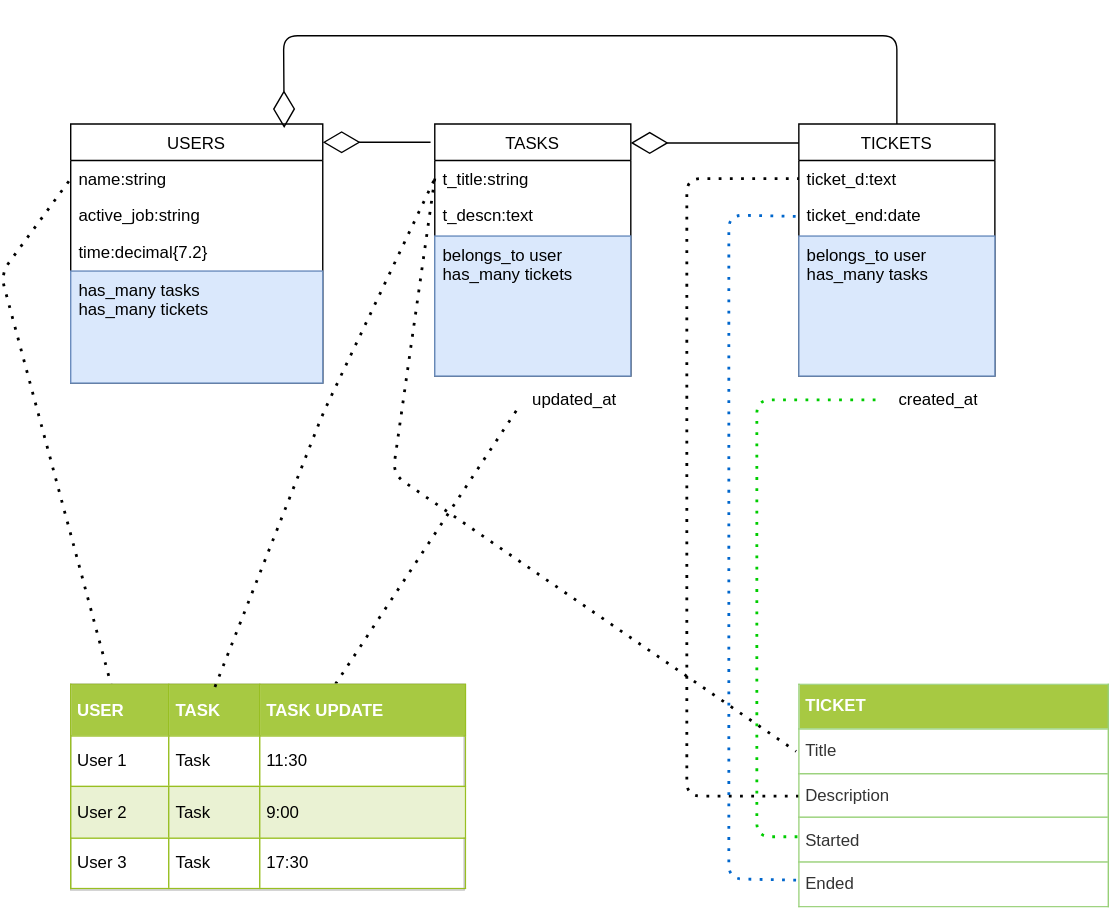
Earlier version of the draw.io export MyApp.svg (Roru-cmd/Myapp). Source tidied: cells renumbered, new cells last; positions are measured from the earlier drawing's top-left corner, leaving out a move shared by most shapes.
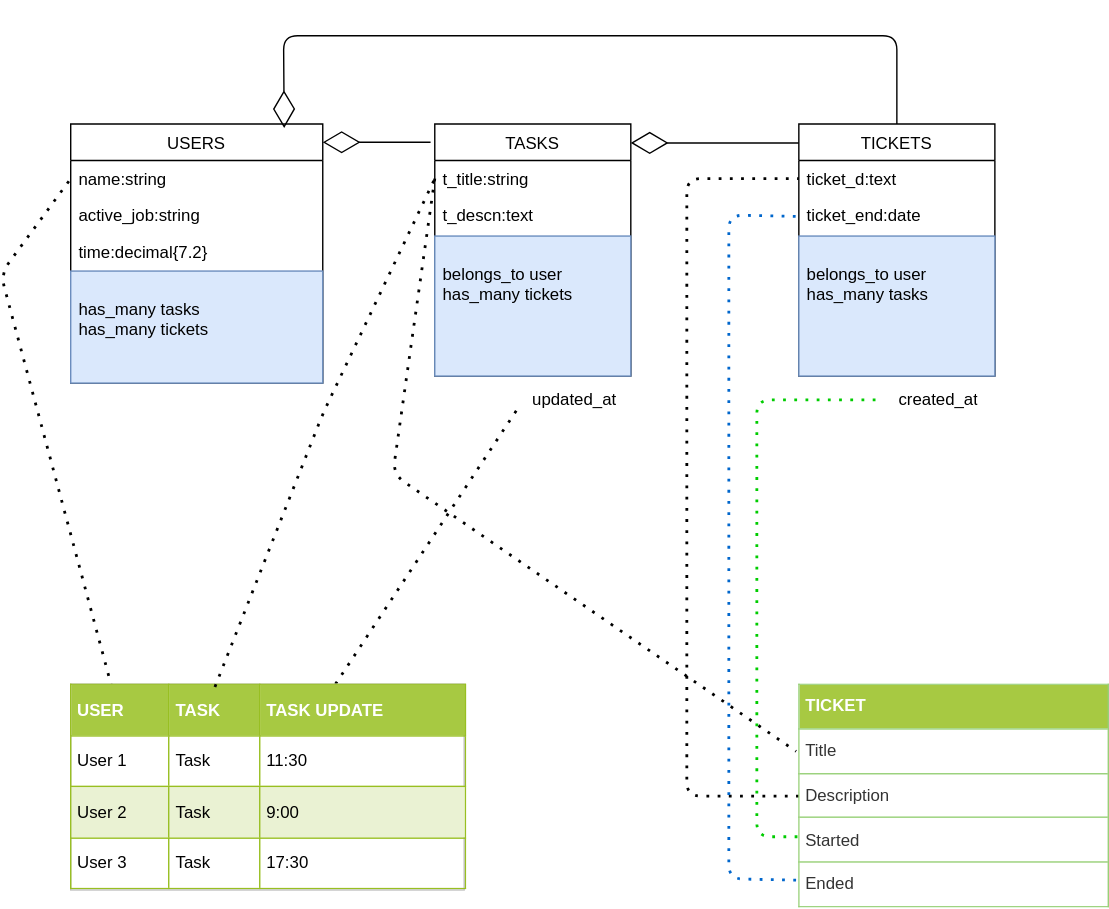
Above is the later version.

Diff of the diagram source:
```diff
@@ -14,7 +14,7 @@
     <mxCell id="5" value="time:decimal{7.2}" style="text;strokeColor=none;fillColor=none;align=left;verticalAlign=top;spacingLeft=4;spacingRight=4;overflow=hidden;" parent="2" vertex="1">
       <mxGeometry y="78" width="180" height="27" as="geometry" />
     </mxCell>
-    <mxCell id="6" value="has_many tasks&#10;has_many tickets" style="text;strokeColor=#6c8ebf;align=left;verticalAlign=top;spacingLeft=4;spacingRight=4;overflow=hidden;fillColor=#dae8fc;" parent="2" vertex="1">
+    <mxCell id="6" value="&#10;has_many tasks&#10;has_many tickets" style="text;strokeColor=#6c8ebf;align=left;verticalAlign=top;spacingLeft=4;spacingRight=4;overflow=hidden;fillColor=#dae8fc;" parent="2" vertex="1">
       <mxGeometry y="105" width="180" height="80" as="geometry" />
     </mxCell>
     <mxCell id="7" value="TASKS" style="swimlane;fontStyle=0;horizontal=1;startSize=26;fillColor=none;" parent="1" vertex="1">
@@ -26,7 +26,7 @@
     <mxCell id="9" value="t_descn:text" style="text;strokeColor=none;fillColor=none;align=left;verticalAlign=top;spacingLeft=4;spacingRight=4;overflow=hidden;" parent="7" vertex="1">
       <mxGeometry y="52" width="140" height="28" as="geometry" />
     </mxCell>
-    <mxCell id="10" value="belongs_to user&#10;has_many tickets" style="text;strokeColor=#6c8ebf;fillColor=#dae8fc;align=left;verticalAlign=top;spacingLeft=4;spacingRight=4;overflow=hidden;" parent="7" vertex="1">
+    <mxCell id="10" value="&#10;belongs_to user&#10;has_many tickets" style="text;strokeColor=#6c8ebf;fillColor=#dae8fc;align=left;verticalAlign=top;spacingLeft=4;spacingRight=4;overflow=hidden;" parent="7" vertex="1">
       <mxGeometry y="80" width="140" height="100" as="geometry" />
     </mxCell>
     <mxCell id="11" value="TICKETS" style="swimlane;fontStyle=0;horizontal=1;startSize=26;fillColor=none;" parent="1" vertex="1">
@@ -38,7 +38,7 @@
     <mxCell id="13" value="ticket_end:date" style="text;strokeColor=none;fillColor=none;align=left;verticalAlign=top;spacingLeft=4;spacingRight=4;overflow=hidden;points=[[0,0.5],[1,0.5]];portConstraint=eastwest;" parent="11" vertex="1">
       <mxGeometry y="52" width="140" height="28" as="geometry" />
     </mxCell>
-    <mxCell id="14" value="belongs_to user&#10;has_many tasks" style="text;strokeColor=#6c8ebf;fillColor=#dae8fc;align=left;verticalAlign=top;spacingLeft=4;spacingRight=4;overflow=hidden;" parent="11" vertex="1">
+    <mxCell id="14" value="&#10;belongs_to user&#10;has_many tasks" style="text;strokeColor=#6c8ebf;fillColor=#dae8fc;align=left;verticalAlign=top;spacingLeft=4;spacingRight=4;overflow=hidden;" parent="11" vertex="1">
       <mxGeometry y="80" width="140" height="100" as="geometry" />
     </mxCell>
     <mxCell id="15" style="endArrow=diamondThin;endFill=0;endSize=24;html=1;" parent="1" edge="1">
```
